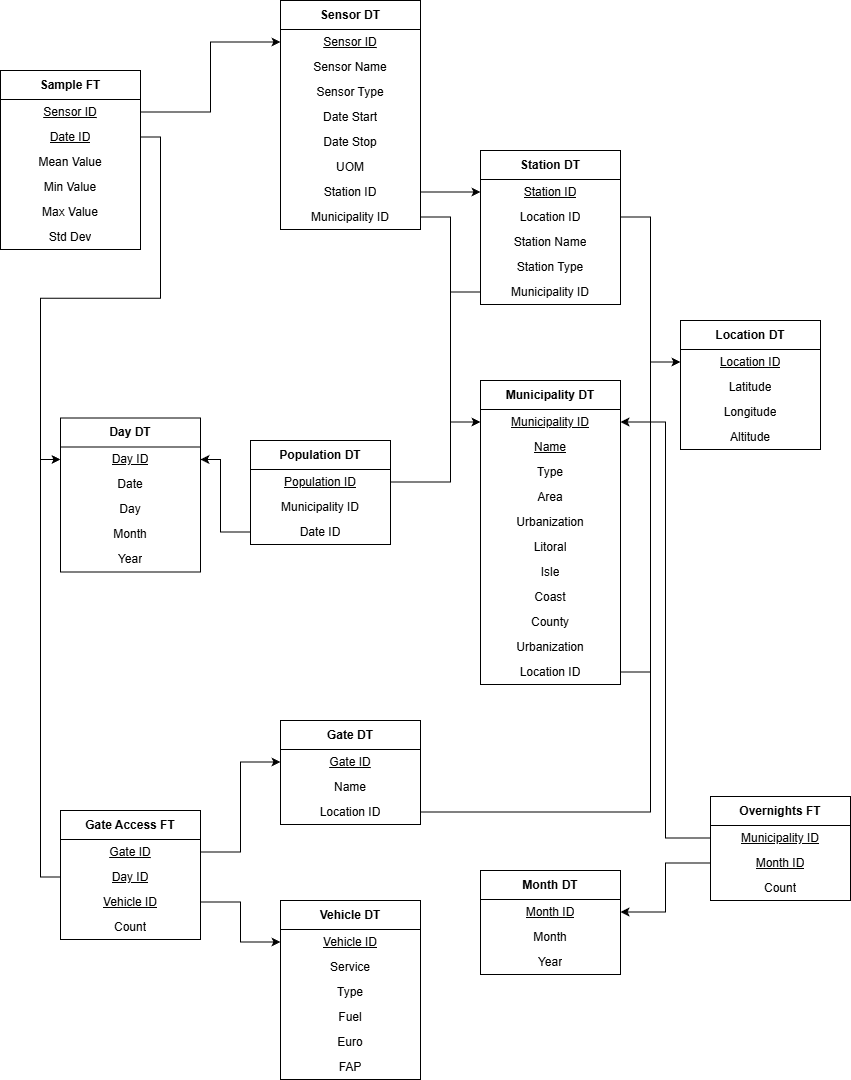
Earlier version of the draw.io export docs/images/schema.png (acossi-giorgio/exploring-lombardy-through-data). Source tidied: cells renumbered, new cells last; positions are measured from the earlier drawing's top-left corner, leaving out a move shared by most shapes.
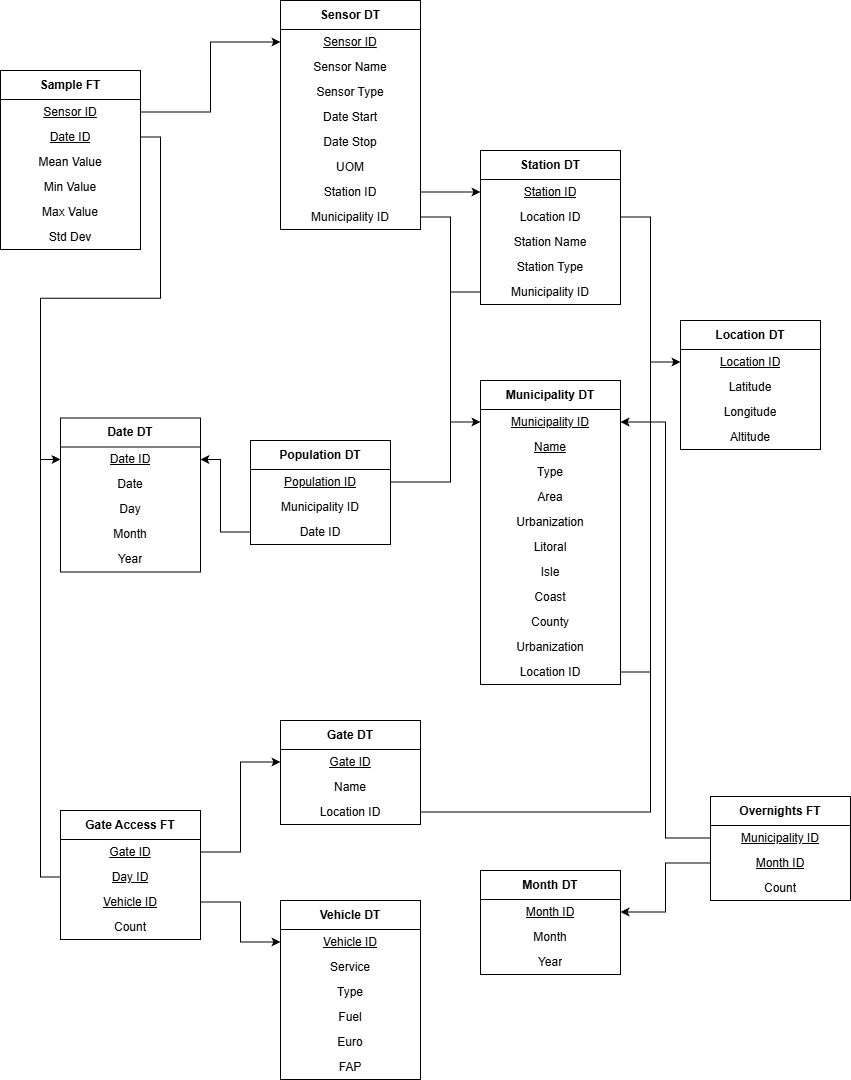
Above is the later version.

Diff of the diagram source:
```diff
@@ -2,10 +2,10 @@
   <root>
     <mxCell id="0" />
     <mxCell id="1" parent="0" />
-    <mxCell id="2" value="Day DT" style="swimlane;fontStyle=1;align=center;verticalAlign=middle;horizontal=1;startSize=29;html=1;whiteSpace=wrap;" parent="1" vertex="1">
+    <mxCell id="2" value="Date DT" style="swimlane;fontStyle=1;align=center;verticalAlign=middle;horizontal=1;startSize=29;html=1;whiteSpace=wrap;" parent="1" vertex="1">
       <mxGeometry x="60" y="417.5" width="140" height="154" as="geometry" />
     </mxCell>
-    <mxCell id="3" value="&lt;u&gt;Day ID&lt;/u&gt;" style="text;html=1;strokeColor=none;fillColor=none;align=center;verticalAlign=middle;spacingLeft=4;spacingRight=4;overflow=hidden;points=[[0,0.5],[1,0.5]];portConstraint=eastwest;whiteSpace=wrap;" parent="2" vertex="1">
+    <mxCell id="3" value="&lt;u&gt;Date ID&lt;/u&gt;" style="text;html=1;strokeColor=none;fillColor=none;align=center;verticalAlign=middle;spacingLeft=4;spacingRight=4;overflow=hidden;points=[[0,0.5],[1,0.5]];portConstraint=eastwest;whiteSpace=wrap;" parent="2" vertex="1">
       <mxGeometry y="29" width="140" height="25" as="geometry" />
     </mxCell>
     <mxCell id="4" value="Date" style="text;html=1;strokeColor=none;fillColor=none;align=center;verticalAlign=middle;spacingLeft=4;spacingRight=4;overflow=hidden;whiteSpace=wrap;" parent="2" vertex="1">
```
